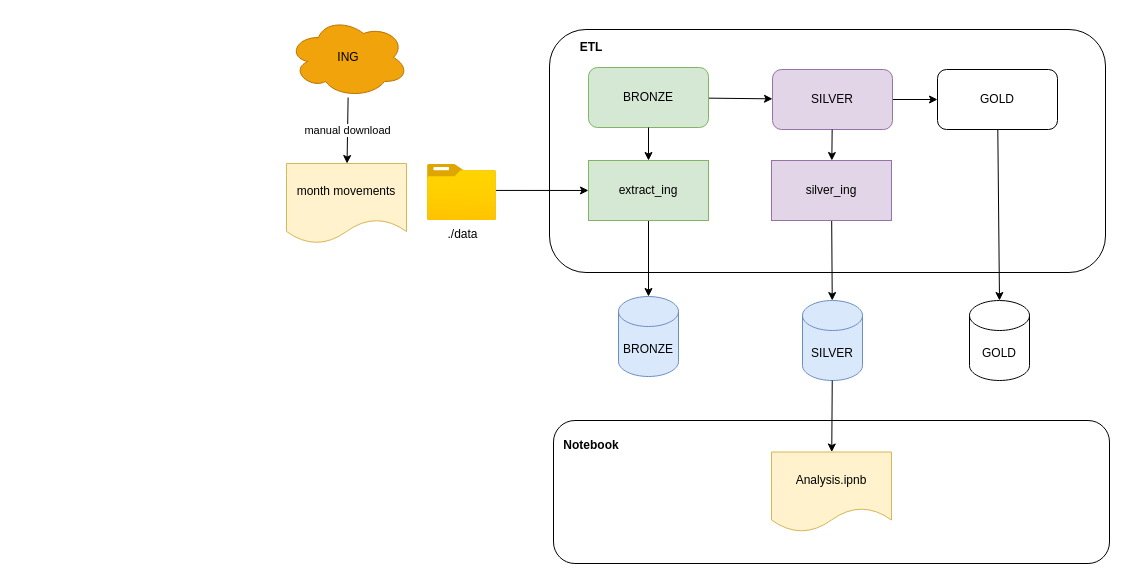
cperezh/DataEng_Patterns keeps this draw.io diagram as page "Components" (5 of 7) of diagrams/diagrams.dio. Above is the earlier version. Source tidied: cells renumbered, new cells numbered last; positions are measured from the earlier drawing's top-left corner, leaving out a move shared by most shapes. Both pictures are drawn from the tidied source at 100%, with x=0, y=0 at pixel (286, 17).
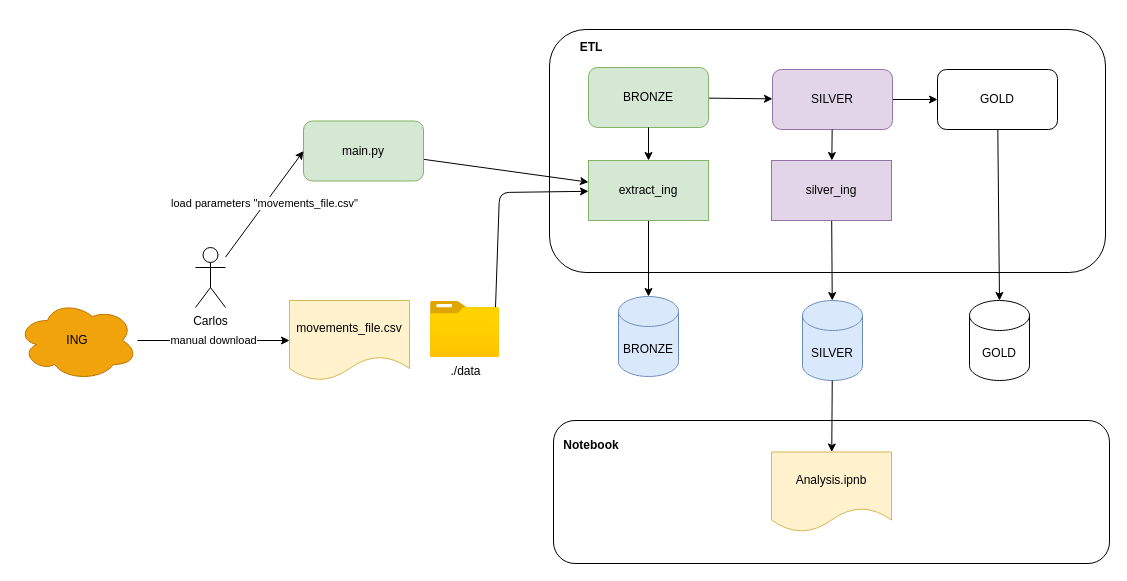
After the change.

The change refers to these unchanged cells:
```xml
<mxCell id="25" value="extract_ing" style="rounded=0;whiteSpace=wrap;html=1;fillColor=#d5e8d4;strokeColor=#82b366;" parent="1" vertex="1">
  <mxGeometry x="302" y="143" width="120" height="60" as="geometry" />
</mxCell>
```

The edit, as a diff of the source:
```diff
@@
     <mxCell id="5" value="ING" style="ellipse;shape=cloud;whiteSpace=wrap;html=1;fillColor=#f0a30a;fontColor=#000000;strokeColor=#BD7000;" parent="1" vertex="1">
-      <mxGeometry x="2" width="120" height="80" as="geometry" />
+      <mxGeometry x="-269" y="283" width="120" height="80" as="geometry" />
     </mxCell>
-    <mxCell id="6" value="month movements" style="shape=document;whiteSpace=wrap;html=1;boundedLbl=1;fillColor=#fff2cc;strokeColor=#d6b656;" parent="1" vertex="1">
-      <mxGeometry y="146" width="120" height="80" as="geometry" />
+    <mxCell id="6" value="movements_file.csv" style="shape=document;whiteSpace=wrap;html=1;boundedLbl=1;fillColor=#fff2cc;strokeColor=#d6b656;" parent="1" vertex="1">
+      <mxGeometry x="3" y="283" width="120" height="80" as="geometry" />
     </mxCell>
@@
-    <mxCell id="8" value="BRONZE" style="rounded=1;whiteSpace=wrap;html=1;fillColor=#d5e8d4;strokeColor=#82b366;" parent="1" vertex="1">
+    <mxCell id="8" value="BRONZE" style="rounded=1;whiteSpace=wrap;html=1;fillColor=#d5e8d4;strokeColor=#82b366;align=center;verticalAlign=middle;fontFamily=Helvetica;fontSize=12;fontColor=default;" parent="1" vertex="1">
       <mxGeometry x="302" y="50" width="120" height="60" as="geometry" />
     </mxCell>
     <mxCell id="9" style="edgeStyle=none;html=1;exitX=0.932;exitY=0.463;exitDx=0;exitDy=0;exitPerimeter=0;" parent="1" edge="1" source="10" target="25">
-      <mxGeometry relative="1" as="geometry" />
+      <mxGeometry relative="1" as="geometry">
+        <Array as="points">
+          <mxPoint x="213" y="175" />
+        </Array>
+      </mxGeometry>
     </mxCell>
     <mxCell id="10" value="./data" style="image;html=1;points=[];align=center;fontSize=12;image=img/lib/azure2/general/Folder_Blank.svg;strokeColor=default;verticalAlign=top;fontFamily=Helvetica;fontColor=default;labelBackgroundColor=default;fillColor=default;" parent="1" vertex="1">
-      <mxGeometry x="141" y="147" width="69" height="56" as="geometry" />
+      <mxGeometry x="144" y="284" width="69" height="56" as="geometry" />
     </mxCell>
@@
+    <mxCell id="28" style="edgeStyle=none;html=1;" parent="1" edge="1" source="29" target="25">
+      <mxGeometry relative="1" as="geometry" />
+    </mxCell>
+    <mxCell id="29" value="main.py" style="rounded=1;whiteSpace=wrap;html=1;fillColor=#d5e8d4;strokeColor=#82b366;align=center;verticalAlign=middle;fontFamily=Helvetica;fontSize=12;fontColor=default;" parent="1" vertex="1">
+      <mxGeometry x="17" y="103.5" width="120" height="60" as="geometry" />
+    </mxCell>
+    <mxCell id="30" value="load parameters &quot;movements_file.csv&quot;" style="edgeStyle=none;html=1;entryX=0;entryY=0.5;entryDx=0;entryDy=0;" parent="1" edge="1" source="31" target="29">
+      <mxGeometry relative="1" as="geometry" />
+    </mxCell>
+    <mxCell id="31" value="Carlos" style="shape=umlActor;verticalLabelPosition=bottom;verticalAlign=top;html=1;outlineConnect=0;strokeColor=default;align=center;fontFamily=Helvetica;fontSize=12;fontColor=default;fillColor=default;" parent="1" vertex="1">
+      <mxGeometry x="-91" y="230" width="30" height="60" as="geometry" />
+    </mxCell>
```
